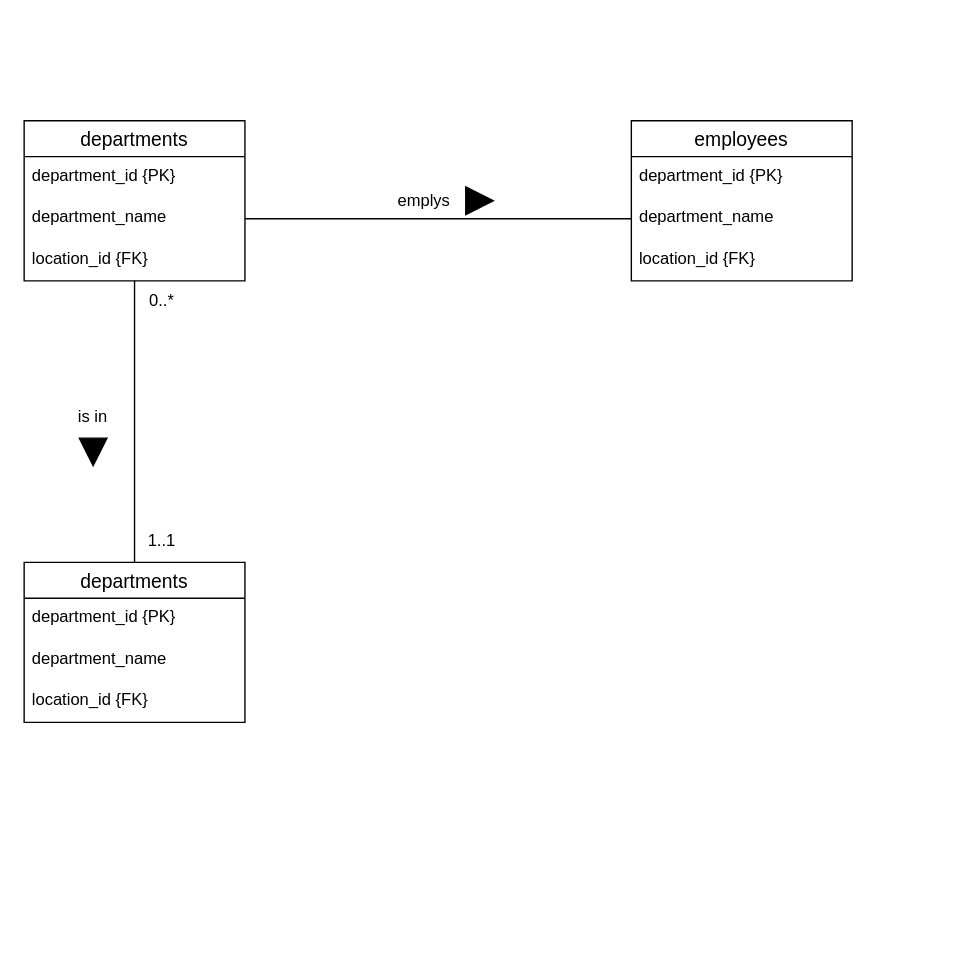
Earlier version of the draw.io diagram page "Page-2" (2 of 2) of Tutorial 5/Task 1.drawio (ChitharaKarunasekera/DatabaseSystemsTutorials). Source tidied: cells renumbered, new cells numbered last; positions are measured from the earlier drawing's top-left corner, leaving out a move shared by most shapes. Both pictures are drawn from the tidied source at 138%, with x=0, y=0 at pixel (23, 120).
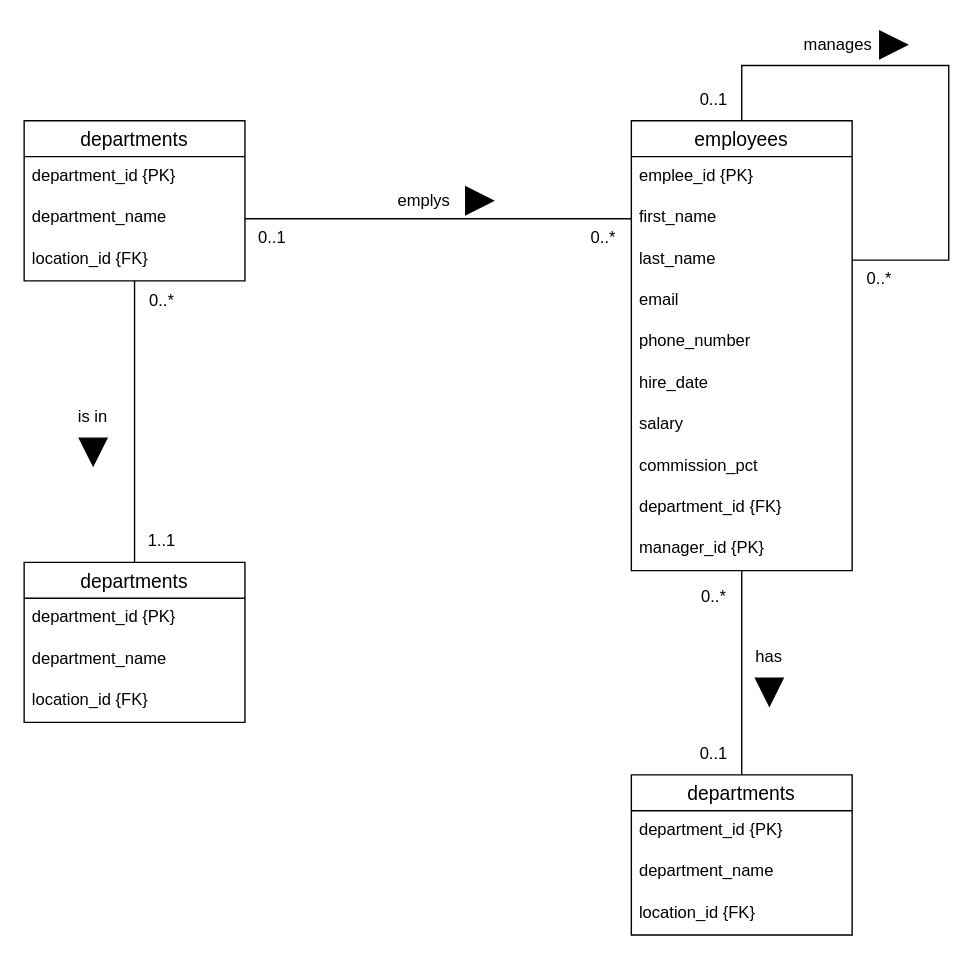
The same diagram, later.

Commit message:
Complete Logical ERD for tutorial 5

Change to the diagram source:
```diff
@@
     <mxCell id="7" value="employees" style="swimlane;fontStyle=0;horizontal=1;startSize=26;align=center;fontSize=14;" parent="1" vertex="1">
-      <mxGeometry x="440" width="160" height="116" as="geometry" />
+      <mxGeometry x="440" width="160" height="326" as="geometry" />
     </mxCell>
-    <mxCell id="8" value="department_id {PK}" style="text;strokeColor=none;fillColor=none;spacingLeft=4;spacingRight=4;overflow=hidden;fontSize=12;" parent="7" vertex="1">
+    <mxCell id="8" value="emplee_id {PK}" style="text;strokeColor=none;fillColor=none;spacingLeft=4;spacingRight=4;overflow=hidden;fontSize=12;" parent="7" vertex="1">
       <mxGeometry y="26" width="160" height="30" as="geometry" />
     </mxCell>
-    <mxCell id="9" value="department_name" style="text;strokeColor=none;fillColor=none;spacingLeft=4;spacingRight=4;overflow=hidden;points=[[0,0.5],[1,0.5]];portConstraint=eastwest;fontSize=12;" parent="7" vertex="1">
+    <mxCell id="9" value="first_name" style="text;strokeColor=none;fillColor=none;spacingLeft=4;spacingRight=4;overflow=hidden;points=[[0,0.5],[1,0.5]];portConstraint=eastwest;fontSize=12;" parent="7" vertex="1">
       <mxGeometry y="56" width="160" height="30" as="geometry" />
     </mxCell>
+    <mxCell id="22" style="edgeStyle=orthogonalEdgeStyle;rounded=0;jettySize=auto;html=1;exitX=1;exitY=0.5;exitDx=0;exitDy=0;entryX=0.5;entryY=0;entryDx=0;entryDy=0;endArrow=none;endFill=0;" parent="7" edge="1" source="23" target="7">
+      <mxGeometry relative="1" as="geometry">
+        <Array as="points">
+          <mxPoint x="230" y="101" />
+          <mxPoint x="230" y="-40" />
+          <mxPoint x="80" y="-40" />
+        </Array>
+      </mxGeometry>
+    </mxCell>
+    <mxCell id="23" value="last_name" style="text;strokeColor=none;fillColor=none;spacingLeft=4;spacingRight=4;overflow=hidden;points=[[0,0.5],[1,0.5]];portConstraint=eastwest;fontSize=12;" parent="7" vertex="1">
+      <mxGeometry y="86" width="160" height="30" as="geometry" />
+    </mxCell>
+    <mxCell id="24" value="email" style="text;strokeColor=none;fillColor=none;spacingLeft=4;spacingRight=4;overflow=hidden;fontSize=12;" parent="7" vertex="1">
+      <mxGeometry y="116" width="160" height="30" as="geometry" />
+    </mxCell>
+    <mxCell id="25" value="phone_number" style="text;strokeColor=none;fillColor=none;spacingLeft=4;spacingRight=4;overflow=hidden;fontSize=12;" parent="7" vertex="1">
+      <mxGeometry y="146" width="160" height="30" as="geometry" />
+    </mxCell>
+    <mxCell id="26" value="hire_date" style="text;strokeColor=none;fillColor=none;spacingLeft=4;spacingRight=4;overflow=hidden;fontSize=12;" parent="7" vertex="1">
+      <mxGeometry y="176" width="160" height="30" as="geometry" />
+    </mxCell>
-    <mxCell id="10" value="location_id {FK}" style="text;strokeColor=none;fillColor=none;spacingLeft=4;spacingRight=4;overflow=hidden;fontSize=12;" parent="7" vertex="1">
-      <mxGeometry y="86" width="160" height="30" as="geometry" />
+    <mxCell id="10" value="salary" style="text;strokeColor=none;fillColor=none;spacingLeft=4;spacingRight=4;overflow=hidden;fontSize=12;" parent="7" vertex="1">
+      <mxGeometry y="206" width="160" height="30" as="geometry" />
     </mxCell>
+    <mxCell id="27" value="commission_pct" style="text;strokeColor=none;fillColor=none;spacingLeft=4;spacingRight=4;overflow=hidden;fontSize=12;" parent="7" vertex="1">
+      <mxGeometry y="236" width="160" height="30" as="geometry" />
+    </mxCell>
+    <mxCell id="28" value="department_id {FK}" style="text;strokeColor=none;fillColor=none;spacingLeft=4;spacingRight=4;overflow=hidden;fontSize=12;" parent="7" vertex="1">
+      <mxGeometry y="266" width="160" height="30" as="geometry" />
+    </mxCell>
+    <mxCell id="29" value="manager_id {PK}" style="text;strokeColor=none;fillColor=none;spacingLeft=4;spacingRight=4;overflow=hidden;fontSize=12;" parent="7" vertex="1">
+      <mxGeometry y="296" width="160" height="30" as="geometry" />
+    </mxCell>
@@
+    <mxCell id="30" value="0..*" style="text;html=1;strokeColor=none;fillColor=none;align=center;verticalAlign=middle;whiteSpace=wrap;rounded=0;" parent="1" vertex="1">
+      <mxGeometry x="390" y="70" width="60" height="30" as="geometry" />
+    </mxCell>
+    <mxCell id="31" value="0..1" style="text;html=1;strokeColor=none;fillColor=none;align=center;verticalAlign=middle;whiteSpace=wrap;rounded=0;" parent="1" vertex="1">
+      <mxGeometry x="150" y="70" width="60" height="30" as="geometry" />
+    </mxCell>
+    <mxCell id="32" style="edgeStyle=orthogonalEdgeStyle;rounded=0;jettySize=auto;html=1;endArrow=none;endFill=0;" parent="1" edge="1" source="33" target="7">
+      <mxGeometry relative="1" as="geometry" />
+    </mxCell>
+    <mxCell id="33" value="departments" style="swimlane;fontStyle=0;horizontal=1;startSize=26;align=center;fontSize=14;" parent="1" vertex="1">
+      <mxGeometry x="440" y="474" width="160" height="116" as="geometry" />
+    </mxCell>
+    <mxCell id="34" value="department_id {PK}" style="text;strokeColor=none;fillColor=none;spacingLeft=4;spacingRight=4;overflow=hidden;fontSize=12;" parent="33" vertex="1">
+      <mxGeometry y="26" width="160" height="30" as="geometry" />
+    </mxCell>
+    <mxCell id="35" value="department_name" style="text;strokeColor=none;fillColor=none;spacingLeft=4;spacingRight=4;overflow=hidden;fontSize=12;" parent="33" vertex="1">
+      <mxGeometry y="56" width="160" height="30" as="geometry" />
+    </mxCell>
+    <mxCell id="36" value="location_id {FK}" style="text;strokeColor=none;fillColor=none;spacingLeft=4;spacingRight=4;overflow=hidden;fontSize=12;" parent="33" vertex="1">
+      <mxGeometry y="86" width="160" height="30" as="geometry" />
+    </mxCell>
+    <mxCell id="37" value="has" style="text;html=1;strokeColor=none;fillColor=none;align=center;verticalAlign=middle;whiteSpace=wrap;rounded=0;" parent="1" vertex="1">
+      <mxGeometry x="510" y="374" width="60" height="30" as="geometry" />
+    </mxCell>
+    <mxCell id="38" style="triangle;whiteSpace=wrap;html=1;direction=south;fillColor=#000000;" parent="1" vertex="1">
+      <mxGeometry x="530" y="404" width="20" height="20" as="geometry" />
+    </mxCell>
+    <mxCell id="39" value="0..1" style="text;html=1;strokeColor=none;fillColor=none;align=center;verticalAlign=middle;whiteSpace=wrap;rounded=0;" parent="1" vertex="1">
+      <mxGeometry x="470" y="444" width="60" height="30" as="geometry" />
+    </mxCell>
+    <mxCell id="40" value="0..*" style="text;html=1;strokeColor=none;fillColor=none;align=center;verticalAlign=middle;whiteSpace=wrap;rounded=0;" parent="1" vertex="1">
+      <mxGeometry x="470" y="330" width="60" height="30" as="geometry" />
+    </mxCell>
+    <mxCell id="41" value="manages" style="text;html=1;strokeColor=none;fillColor=none;align=center;verticalAlign=middle;whiteSpace=wrap;rounded=0;" parent="1" vertex="1">
+      <mxGeometry x="560" y="-70" width="60" height="30" as="geometry" />
+    </mxCell>
+    <mxCell id="42" style="triangle;whiteSpace=wrap;html=1;direction=east;fillColor=#000000;" parent="1" vertex="1">
+      <mxGeometry x="620" y="-65" width="20" height="20" as="geometry" />
+    </mxCell>
+    <mxCell id="43" value="0..1" style="text;html=1;strokeColor=none;fillColor=none;align=center;verticalAlign=middle;whiteSpace=wrap;rounded=0;" parent="1" vertex="1">
+      <mxGeometry x="470" y="-30" width="60" height="30" as="geometry" />
+    </mxCell>
+    <mxCell id="44" value="0..*" style="text;html=1;strokeColor=none;fillColor=none;align=center;verticalAlign=middle;whiteSpace=wrap;rounded=0;" parent="1" vertex="1">
+      <mxGeometry x="590" y="100" width="60" height="30" as="geometry" />
+    </mxCell>
```
